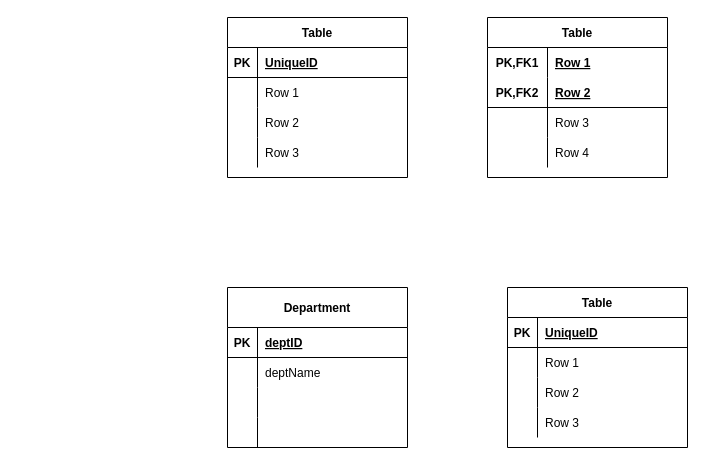
Earlier version of the draw.io diagram Untitled Diagram.drawio (mattebrown95/4347_FinalProj). Source tidied: cells renumbered, new cells numbered last; positions are measured from the earlier drawing's top-left corner, leaving out a move shared by most shapes. Both pictures are drawn from the tidied source at 100%, with x=0, y=0 at pixel (227, 17).
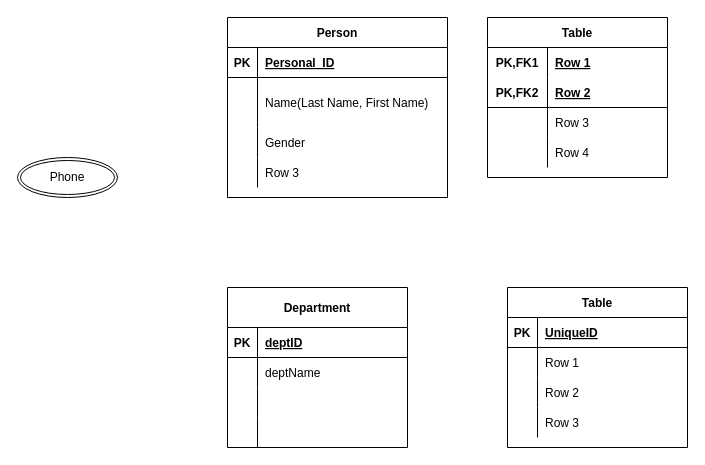
Above is the later version.

The edit, as a diff of the source:
```diff
@@
-    <mxCell id="2" value="Table" style="shape=table;startSize=30;childLayout=tableLayout;rowLines=0;fontStyle=1;align=center;" parent="1" vertex="1">
-      <mxGeometry width="180" height="160" as="geometry" />
+    <mxCell id="2" value="Person" style="shape=table;startSize=30;childLayout=tableLayout;rowLines=0;fontStyle=1;align=center;" parent="1" vertex="1">
+      <mxGeometry width="220" height="180" as="geometry" />
     </mxCell>
     <mxCell id="3" style="shape=partialRectangle;fillColor=none;top=0;left=0;bottom=1;right=0;" parent="2" vertex="1">
-      <mxGeometry y="30" width="180" height="30" as="geometry" />
+      <mxGeometry y="30" width="220" height="30" as="geometry" />
     </mxCell>
@@
-    <mxCell id="5" value="UniqueID" style="shape=partialRectangle;fillColor=none;top=0;left=0;bottom=0;right=0;align=left;spacingLeft=6;fontStyle=5;overflow=hidden;" parent="3" vertex="1">
-      <mxGeometry x="30" width="150" height="30" as="geometry" />
+    <mxCell id="5" value="Personal_ID" style="shape=partialRectangle;fillColor=none;top=0;left=0;bottom=0;right=0;align=left;spacingLeft=6;fontStyle=5;overflow=hidden;" parent="3" vertex="1">
+      <mxGeometry x="30" width="190" height="30" as="geometry" />
     </mxCell>
     <mxCell id="6" style="shape=partialRectangle;fillColor=none;top=0;left=0;bottom=0;right=0;" parent="2" vertex="1">
-      <mxGeometry y="60" width="180" height="30" as="geometry" />
+      <mxGeometry y="60" width="220" height="50" as="geometry" />
     </mxCell>
     <mxCell id="7" style="shape=partialRectangle;fillColor=none;top=0;left=0;bottom=0;right=0;overflow=hidden;" parent="6" vertex="1">
-      <mxGeometry width="30" height="30" as="geometry" />
+      <mxGeometry width="30" height="50" as="geometry" />
     </mxCell>
-    <mxCell id="8" value="Row 1" style="shape=partialRectangle;fillColor=none;top=0;left=0;bottom=0;right=0;align=left;spacingLeft=6;overflow=hidden;" parent="6" vertex="1">
-      <mxGeometry x="30" width="150" height="30" as="geometry" />
+    <mxCell id="8" value="Name(Last Name, First Name)" style="shape=partialRectangle;fillColor=none;top=0;left=0;bottom=0;right=0;align=left;spacingLeft=6;overflow=hidden;" parent="6" vertex="1">
+      <mxGeometry x="30" width="190" height="50" as="geometry" />
     </mxCell>
     <mxCell id="9" style="shape=partialRectangle;fillColor=none;top=0;left=0;bottom=0;right=0;" parent="2" vertex="1">
-      <mxGeometry y="90" width="180" height="30" as="geometry" />
+      <mxGeometry y="110" width="220" height="30" as="geometry" />
     </mxCell>
@@
-    <mxCell id="11" value="Row 2" style="shape=partialRectangle;fillColor=none;top=0;left=0;bottom=0;right=0;align=left;spacingLeft=6;overflow=hidden;" parent="9" vertex="1">
-      <mxGeometry x="30" width="150" height="30" as="geometry" />
+    <mxCell id="11" value="Gender" style="shape=partialRectangle;fillColor=none;top=0;left=0;bottom=0;right=0;align=left;spacingLeft=6;overflow=hidden;" parent="9" vertex="1">
+      <mxGeometry x="30" width="190" height="30" as="geometry" />
     </mxCell>
     <mxCell id="12" style="shape=partialRectangle;fillColor=none;top=0;left=0;bottom=0;right=0;" parent="2" vertex="1">
-      <mxGeometry y="120" width="180" height="30" as="geometry" />
+      <mxGeometry y="140" width="220" height="30" as="geometry" />
     </mxCell>
@@
     <mxCell id="14" value="Row 3" style="shape=partialRectangle;fillColor=none;top=0;left=0;bottom=0;right=0;align=left;spacingLeft=6;overflow=hidden;" parent="12" vertex="1">
-      <mxGeometry x="30" width="150" height="30" as="geometry" />
+      <mxGeometry x="30" width="190" height="30" as="geometry" />
     </mxCell>
@@
+    <mxCell id="54" value="Phone" style="ellipse;shape=doubleEllipse;margin=3;whiteSpace=wrap;html=1;align=center;" parent="1" vertex="1">
+      <mxGeometry x="-210" y="140" width="100" height="40" as="geometry" />
+    </mxCell>
```
